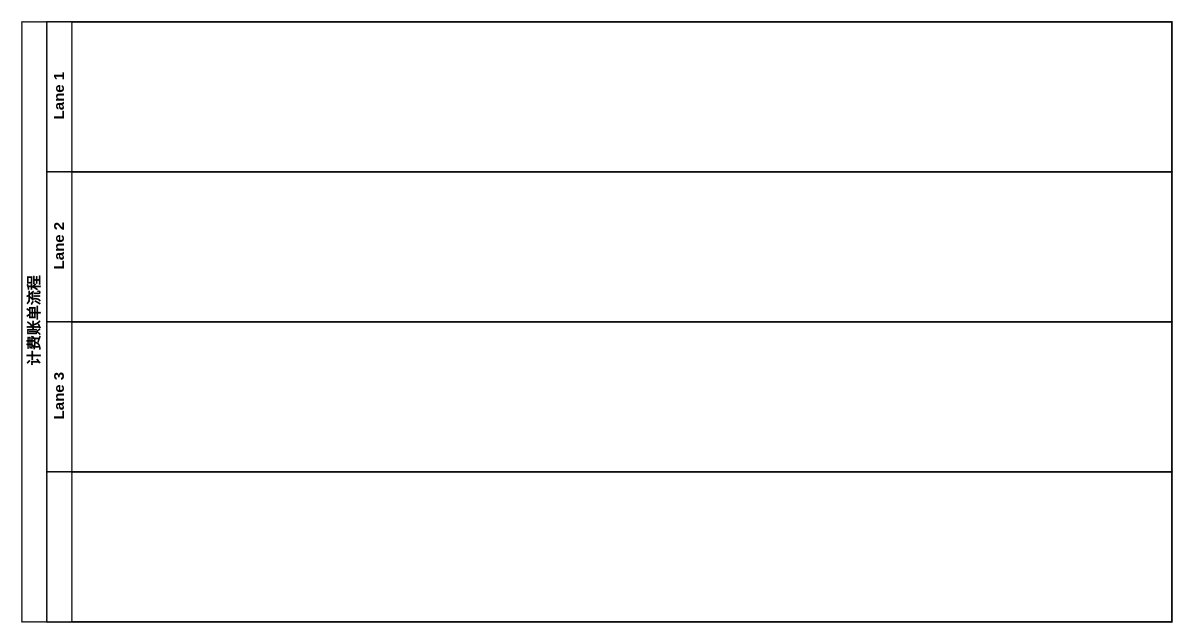
xiaohuihui7726/drawio keeps this draw.io diagram as 计费账单流程概要.drawio. Above is the earlier version. Source tidied: cells renumbered, new cells numbered last; positions are measured from the earlier drawing's top-left corner, leaving out a move shared by most shapes. Both pictures are drawn from the tidied source at 125%, with x=0, y=0 at pixel (21, 21).
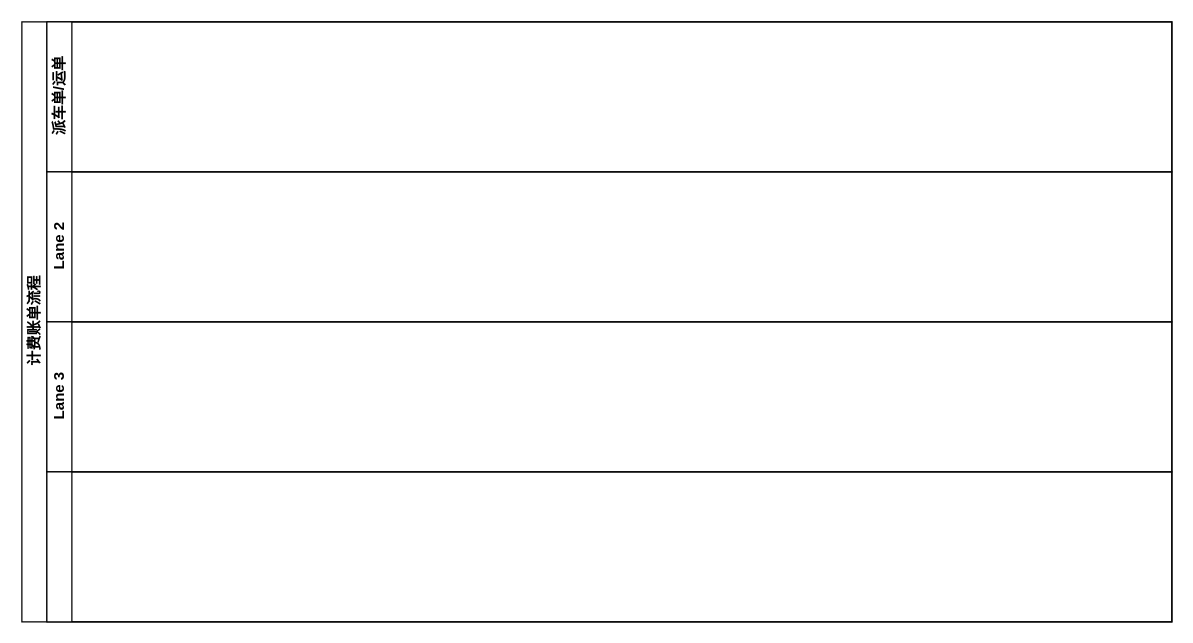
The same diagram, later.

Commit message (it also covers changes not shown here):
更新计费账单流程概要.drawio

What changed in the source:
```diff
@@
 <mxGraphModel>
   <root>
     <mxCell id="0" />
     <mxCell id="1" parent="0" />
     <mxCell id="2" value="&lt;div style=&quot;&quot;&gt;&lt;span style=&quot;background-color: transparent; color: light-dark(rgb(0, 0, 0), rgb(255, 255, 255));&quot;&gt;计费账单流程&lt;/span&gt;&lt;/div&gt;" style="swimlane;horizontal=0;startSize=20;html=1;align=center;textDirection=ltr;direction=east;" parent="1" vertex="1">
       <mxGeometry width="920" height="480" as="geometry" />
     </mxCell>
-    <mxCell id="3" value="Lane 1" style="swimlane;startSize=20;horizontal=0;html=1;" parent="2" vertex="1">
+    <mxCell id="3" value="派车单/运单" style="swimlane;startSize=20;horizontal=0;html=1;" parent="2" vertex="1">
       <mxGeometry x="20" width="900" height="120" as="geometry" />
     </mxCell>
     <mxCell id="4" value="Lane 2" style="swimlane;startSize=20;horizontal=0;html=1;" parent="2" vertex="1">
       <mxGeometry x="20" y="120" width="900" height="120" as="geometry" />
     </mxCell>
     <mxCell id="5" value="Lane 3" style="swimlane;startSize=20;horizontal=0;html=1;" parent="2" vertex="1">
       <mxGeometry x="20" y="240" width="900" height="120" as="geometry" />
     </mxCell>
     <mxCell id="6" style="swimlane;startSize=20;horizontal=0;html=1;" parent="2" vertex="1">
       <mxGeometry x="20" y="360" width="900" height="120" as="geometry" />
     </mxCell>
   </root>
 </mxGraphModel>
```
